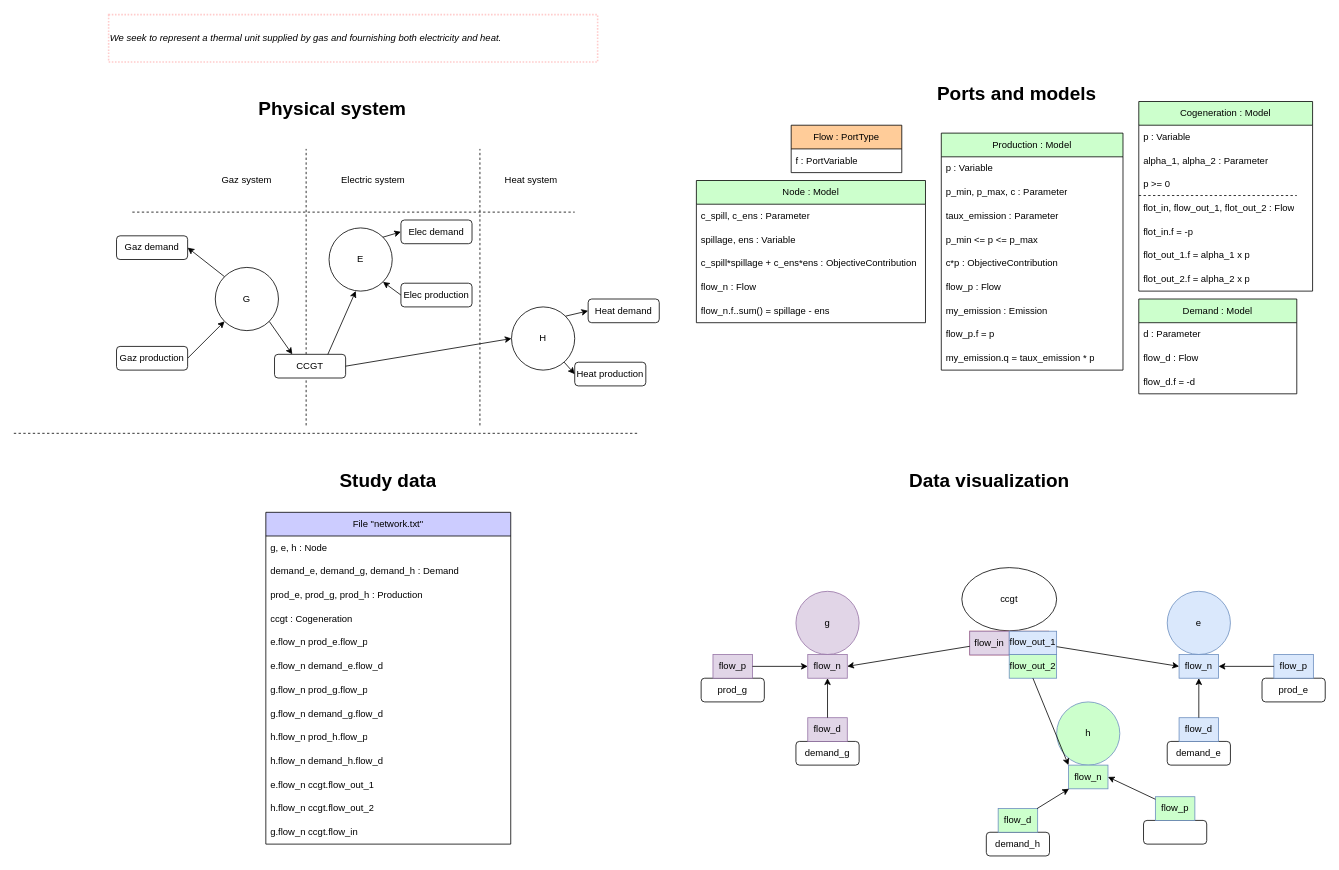
Before: models-design/systems/cogeneration.drawio in AntaresSimulatorTeam/andromede-modeling-prototype, a draw.io diagram. Source tidied: cells renumbered, new cells numbered last; positions are measured from the earlier drawing's top-left corner, leaving out a move shared by most shapes. Both pictures are drawn from the tidied source at 79%, with x=0, y=0 at pixel (13, 14).
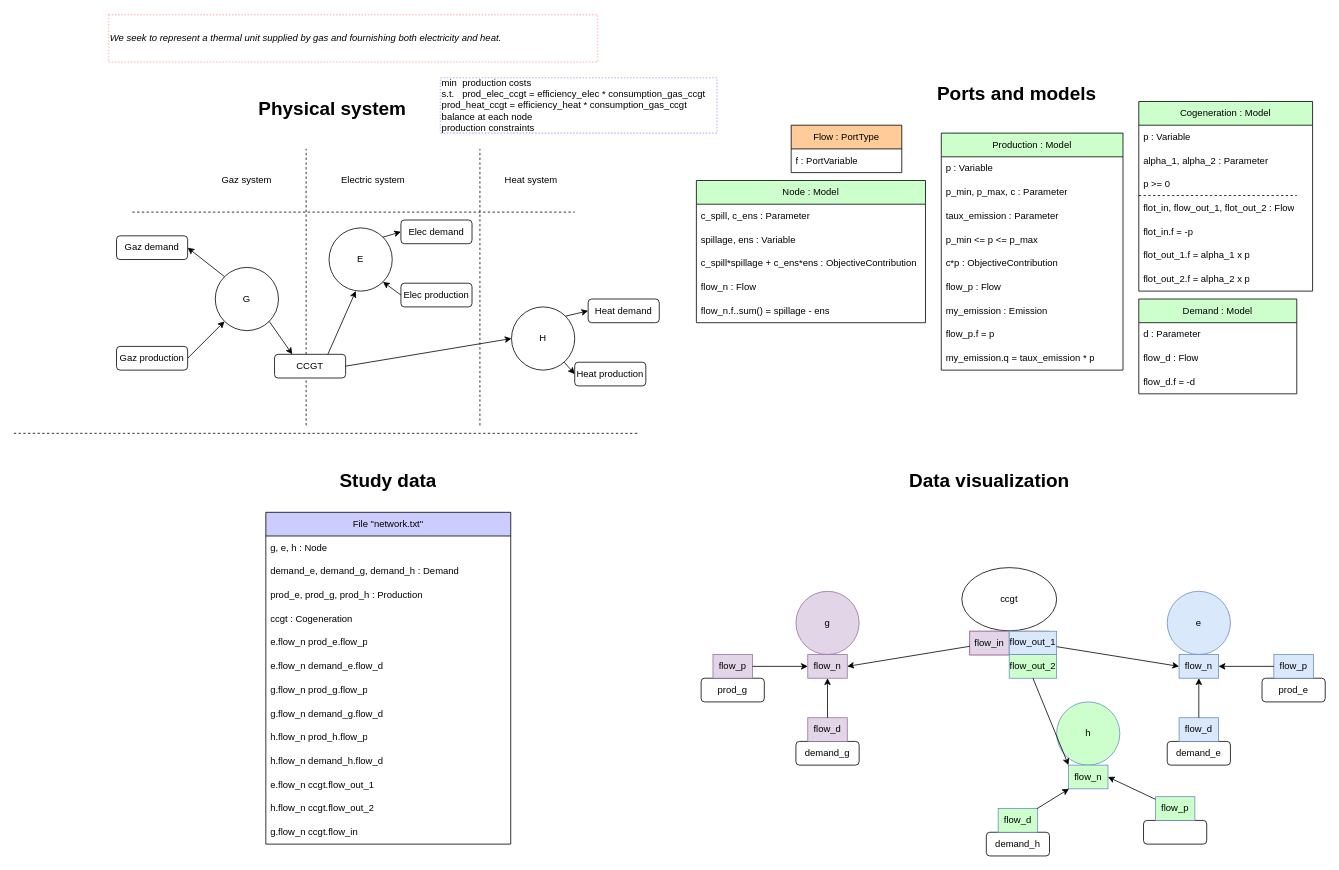
The same diagram, later.

Change to the diagram source:
```diff
@@
+    <mxCell id="122" value="min&amp;nbsp; production costs&lt;br&gt;s.t.&amp;nbsp; &amp;nbsp;prod_elec_ccgt = efficiency_elec * consumption_gas_ccgt&amp;nbsp;&lt;br&gt;&lt;span style=&quot;&quot;&gt;&#9;&lt;/span&gt;prod_heat_ccgt = efficiency_heat * consumption_gas_ccgt&lt;br&gt;&lt;span style=&quot;&quot;&gt;&#9;&lt;/span&gt;balance at each node&lt;br&gt;production constraints&amp;nbsp;" style="text;html=1;strokeColor=#CCCCFF;fillColor=none;align=left;verticalAlign=middle;whiteSpace=wrap;rounded=0;dashed=1;dashPattern=1 1;strokeWidth=2;" parent="1" vertex="1">
+      <mxGeometry x="540" y="80" width="350" height="70" as="geometry" />
+    </mxCell>
```
